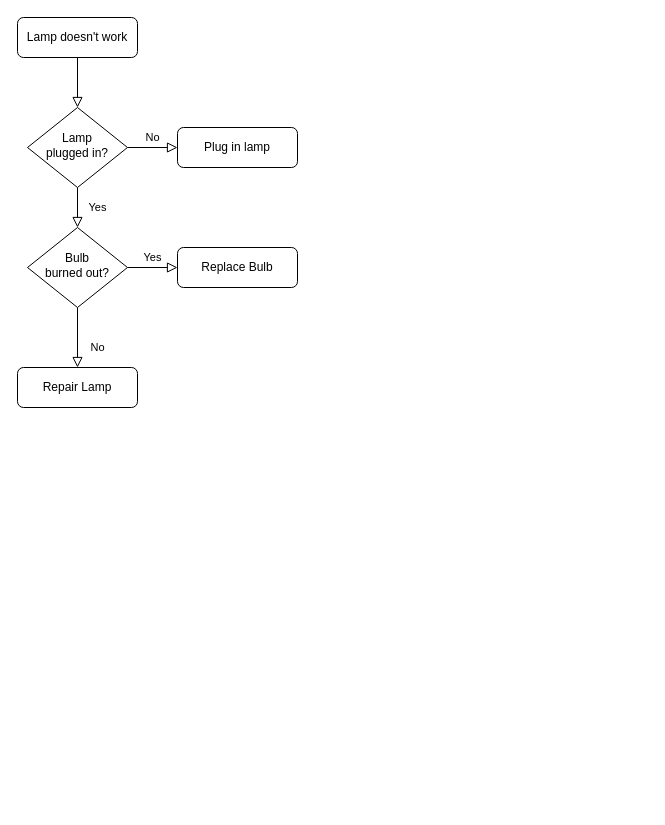
Earlier version of the draw.io diagram 未命名绘图.drawio (zhaoxin1992/diagrams). Source tidied: cells renumbered, new cells numbered last; positions are measured from the earlier drawing's top-left corner, leaving out a move shared by most shapes. Both pictures are drawn from the tidied source at 100%, with x=0, y=0 at pixel (17, 17).
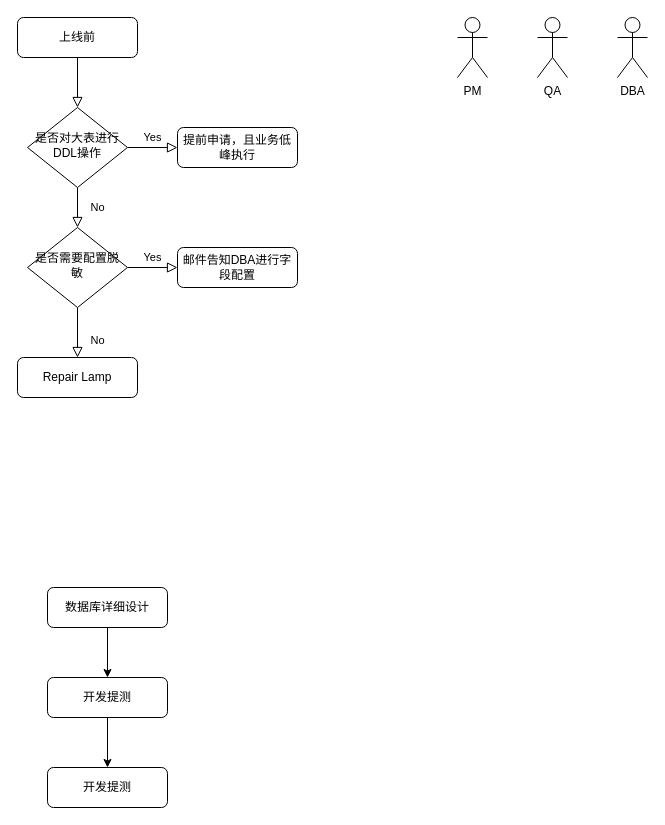
Above is the later version.

What changed in the source:
```diff
@@
-    <mxCell id="2" style="rounded=0;html=1;jettySize=auto;fontSize=11;endArrow=block;endFill=0;endSize=8;strokeWidth=1;shadow=0;labelBackgroundColor=none;edgeStyle=orthogonalEdgeStyle;" parent="1" edge="1" source="3" target="6">
+    <mxCell id="2" style="rounded=0;html=1;jettySize=auto;fontSize=11;endArrow=block;endFill=0;endSize=8;strokeWidth=1;shadow=0;labelBackgroundColor=none;edgeStyle=orthogonalEdgeStyle;entryX=0.5;entryY=0;entryDx=0;entryDy=0;" parent="1" edge="1" source="3" target="6">
       <mxGeometry relative="1" as="geometry" />
     </mxCell>
-    <mxCell id="3" value="Lamp doesn't work" style="rounded=1;whiteSpace=wrap;html=1;fontSize=12;glass=0;strokeWidth=1;shadow=0;" parent="1" vertex="1">
+    <mxCell id="3" value="上线前" style="rounded=1;whiteSpace=wrap;html=1;fontSize=12;glass=0;strokeWidth=1;shadow=0;" parent="1" vertex="1">
       <mxGeometry width="120" height="40" as="geometry" />
     </mxCell>
-    <mxCell id="4" value="Yes" style="rounded=0;html=1;jettySize=auto;fontSize=11;endArrow=block;endFill=0;endSize=8;strokeWidth=1;shadow=0;labelBackgroundColor=none;edgeStyle=orthogonalEdgeStyle;" parent="1" edge="1" source="6" target="10">
+    <mxCell id="4" value="No" style="rounded=0;html=1;jettySize=auto;fontSize=11;endArrow=block;endFill=0;endSize=8;strokeWidth=1;shadow=0;labelBackgroundColor=none;edgeStyle=orthogonalEdgeStyle;" parent="1" edge="1" source="6" target="10">
       <mxGeometry y="20" relative="1" as="geometry" />
     </mxCell>
-    <mxCell id="5" value="No" style="edgeStyle=orthogonalEdgeStyle;rounded=0;html=1;jettySize=auto;fontSize=11;endArrow=block;endFill=0;endSize=8;strokeWidth=1;shadow=0;labelBackgroundColor=none;" parent="1" edge="1" source="6" target="7">
+    <mxCell id="5" value="Yes" style="edgeStyle=orthogonalEdgeStyle;rounded=0;html=1;jettySize=auto;fontSize=11;endArrow=block;endFill=0;endSize=8;strokeWidth=1;shadow=0;labelBackgroundColor=none;" parent="1" edge="1" source="6" target="7">
       <mxGeometry y="10" relative="1" as="geometry" />
     </mxCell>
-    <mxCell id="6" value="Lamp&lt;br&gt;plugged in?" style="rhombus;whiteSpace=wrap;html=1;shadow=0;fontFamily=Helvetica;fontSize=12;align=center;strokeWidth=1;spacing=6;spacingTop=-4;" parent="1" vertex="1">
+    <mxCell id="6" value="是否对大表进行DDL操作" style="rhombus;whiteSpace=wrap;html=1;shadow=0;fontFamily=Helvetica;fontSize=12;align=center;strokeWidth=1;spacing=6;spacingTop=-4;" parent="1" vertex="1">
       <mxGeometry x="10" y="90" width="100" height="80" as="geometry" />
     </mxCell>
-    <mxCell id="7" value="Plug in lamp" style="rounded=1;whiteSpace=wrap;html=1;fontSize=12;glass=0;strokeWidth=1;shadow=0;" parent="1" vertex="1">
+    <mxCell id="7" value="提前申请，且业务低峰执行" style="rounded=1;whiteSpace=wrap;html=1;fontSize=12;glass=0;strokeWidth=1;shadow=0;" parent="1" vertex="1">
       <mxGeometry x="160" y="110" width="120" height="40" as="geometry" />
     </mxCell>
@@
-    <mxCell id="10" value="Bulb&lt;br&gt;burned out?" style="rhombus;whiteSpace=wrap;html=1;shadow=0;fontFamily=Helvetica;fontSize=12;align=center;strokeWidth=1;spacing=6;spacingTop=-4;" parent="1" vertex="1">
+    <mxCell id="10" value="是否需要配置脱敏" style="rhombus;whiteSpace=wrap;html=1;shadow=0;fontFamily=Helvetica;fontSize=12;align=center;strokeWidth=1;spacing=6;spacingTop=-4;" parent="1" vertex="1">
       <mxGeometry x="10" y="210" width="100" height="80" as="geometry" />
     </mxCell>
     <mxCell id="11" value="Repair Lamp" style="rounded=1;whiteSpace=wrap;html=1;fontSize=12;glass=0;strokeWidth=1;shadow=0;" parent="1" vertex="1">
-      <mxGeometry y="350" width="120" height="40" as="geometry" />
+      <mxGeometry y="340" width="120" height="40" as="geometry" />
     </mxCell>
-    <mxCell id="12" value="Replace Bulb" style="rounded=1;whiteSpace=wrap;html=1;fontSize=12;glass=0;strokeWidth=1;shadow=0;" parent="1" vertex="1">
+    <mxCell id="12" value="邮件告知DBA进行字段配置" style="rounded=1;whiteSpace=wrap;html=1;fontSize=12;glass=0;strokeWidth=1;shadow=0;" parent="1" vertex="1">
       <mxGeometry x="160" y="230" width="120" height="40" as="geometry" />
     </mxCell>
+    <mxCell id="13" value="PM" style="shape=umlActor;verticalLabelPosition=bottom;verticalAlign=top;html=1;" parent="1" vertex="1">
+      <mxGeometry x="440" width="30" height="60" as="geometry" />
+    </mxCell>
+    <mxCell id="14" value="QA" style="shape=umlActor;verticalLabelPosition=bottom;verticalAlign=top;html=1;" parent="1" vertex="1">
+      <mxGeometry x="520" width="30" height="60" as="geometry" />
+    </mxCell>
+    <mxCell id="15" value="DBA" style="shape=umlActor;verticalLabelPosition=bottom;verticalAlign=top;html=1;" parent="1" vertex="1">
+      <mxGeometry x="600" width="30" height="60" as="geometry" />
+    </mxCell>
+    <mxCell id="16" style="edgeStyle=orthogonalEdgeStyle;rounded=0;jettySize=auto;html=1;entryX=0.5;entryY=0;entryDx=0;entryDy=0;" parent="1" edge="1" source="17" target="19">
+      <mxGeometry relative="1" as="geometry" />
+    </mxCell>
+    <mxCell id="17" value="数据库详细设计" style="rounded=1;whiteSpace=wrap;html=1;fontSize=12;glass=0;strokeWidth=1;shadow=0;" parent="1" vertex="1">
+      <mxGeometry x="30" y="570" width="120" height="40" as="geometry" />
+    </mxCell>
+    <mxCell id="18" style="edgeStyle=orthogonalEdgeStyle;rounded=0;jettySize=auto;html=1;" parent="1" edge="1" source="19" target="20">
+      <mxGeometry relative="1" as="geometry" />
+    </mxCell>
+    <mxCell id="19" value="开发提测" style="rounded=1;whiteSpace=wrap;html=1;fontSize=12;glass=0;strokeWidth=1;shadow=0;" parent="1" vertex="1">
+      <mxGeometry x="30" y="660" width="120" height="40" as="geometry" />
+    </mxCell>
+    <mxCell id="20" value="开发提测" style="rounded=1;whiteSpace=wrap;html=1;fontSize=12;glass=0;strokeWidth=1;shadow=0;" parent="1" vertex="1">
+      <mxGeometry x="30" y="750" width="120" height="40" as="geometry" />
+    </mxCell>
```
